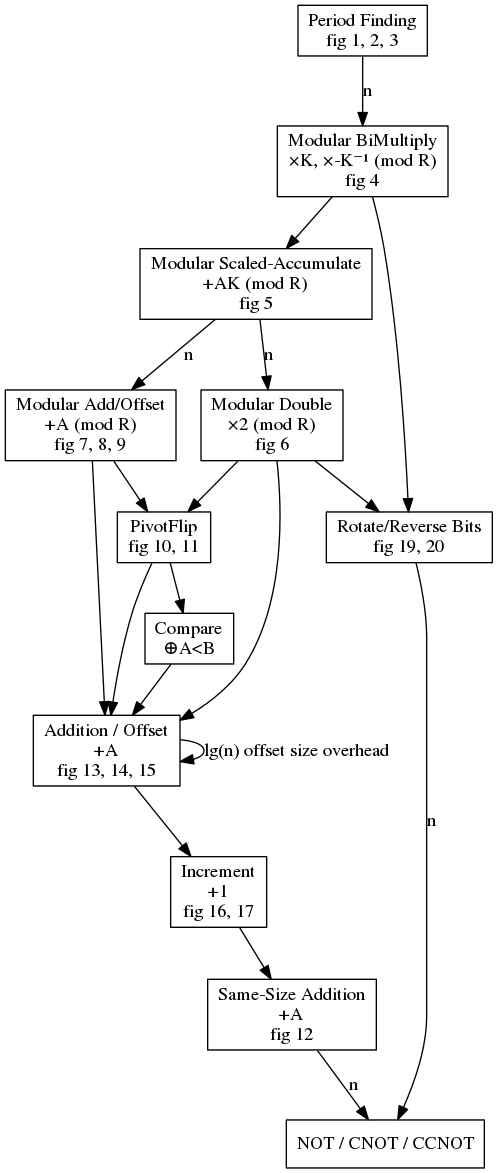
The Graphviz diagram doc/assets/dependencies.png in Strilanc/PaperImpl-2017-DirtyPeriodFinding, before a commit. Its source is kept beside it as doc/assets/dependencies.gv.
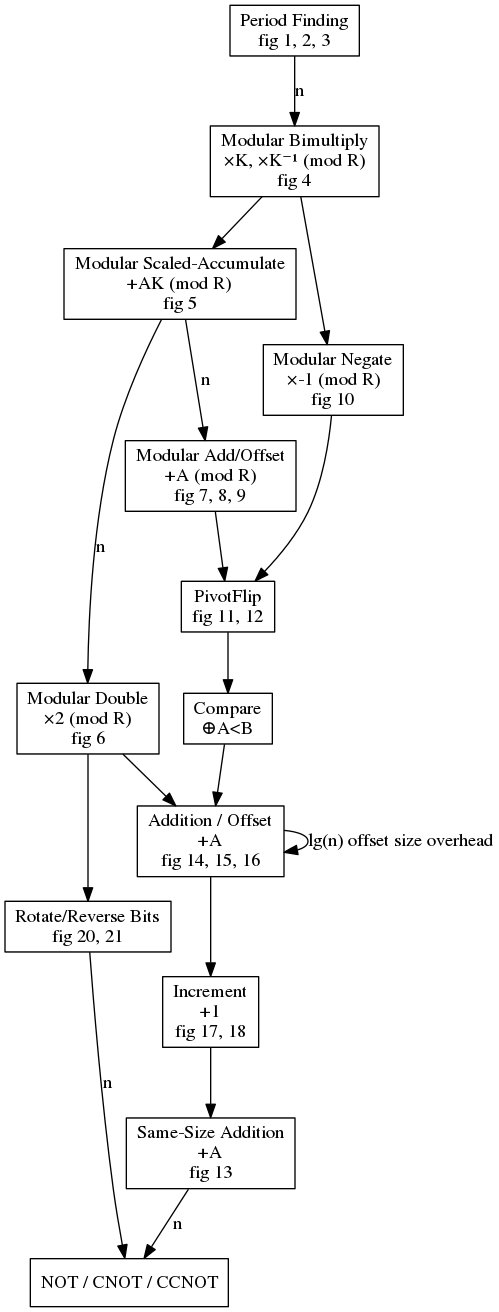
Later version of the same file.

The edit, as a diff of the source:
```diff
@@ -1,36 +1,41 @@
+
 digraph G {
   node [shape=box]
 
   PeriodFinding [label="Period Finding\nfig 1, 2, 3"]
-  ModularPairedMultiply [label="Modular BiMultiply\n×K, ×-K⁻¹ (mod R)\nfig 4"]
+  ModularPairedMultiply [label="Modular Bimultiply\n×K, ×K⁻¹ (mod R)\nfig 4"]
   ModularMultiplyAccumulate [label="Modular Scaled-Accumulate\n+AK (mod R)\nfig 5"]
   ModularDouble [label="Modular Double\n×2 (mod R)\nfig 6"]
   ModularAdd [label="Modular Add/Offset\n+A (mod R)\nfig 7, 8, 9"]
-  PivotFlip [label="PivotFlip\nfig 10, 11"]
+  ModularNegate [label="Modular Negate\n×-1 (mod R)\nfig 10"]
+  PivotFlip [label="PivotFlip\nfig 11, 12"]
   Compare [label="Compare\n⊕A<B"]
-  Add [label="Addition / Offset\n+A\nfig 13, 14, 15"]
-  Increment [label="Increment\n+1\nfig 16, 17"]
-  SameSizeAdd [label="Same-Size Addition\n+A\nfig 12"]
-  PermuteBits [label="Rotate/Reverse Bits\nfig 19, 20"]
+  SameSizeAdd [label="Same-Size Addition\n+A\nfig 13"]
+  Add [label="Addition / Offset\n+A\nfig 14, 15, 16"]
+  Increment [label="Increment\n+1\nfig 17, 18"]
+  PermuteBits [label="Rotate/Reverse Bits\nfig 20, 21"]
   Leaf [label="NOT / CNOT / CCNOT"]
 
   edge [label="n"]
   PeriodFinding -> ModularPairedMultiply
 
   edge [label=""]
-  ModularPairedMultiply -> ModularMultiplyAccumulate, PermuteBits
+  ModularPairedMultiply -> ModularMultiplyAccumulate, ModularNegate
 
   edge [label="n"]
   ModularMultiplyAccumulate -> ModularDouble, ModularAdd
 
   edge [label=""]
-  ModularDouble -> PivotFlip, Add, PermuteBits
+  ModularDouble -> Add, PermuteBits
 
   edge [label=""]
-  ModularAdd -> Add, PivotFlip
+  ModularAdd -> PivotFlip
 
   edge [label=""]
-  PivotFlip -> Compare, Add
+  ModularNegate -> PivotFlip
+
+  edge [label=""]
+  PivotFlip -> Compare
 
   edge [label=""]
   Compare -> Add
```
